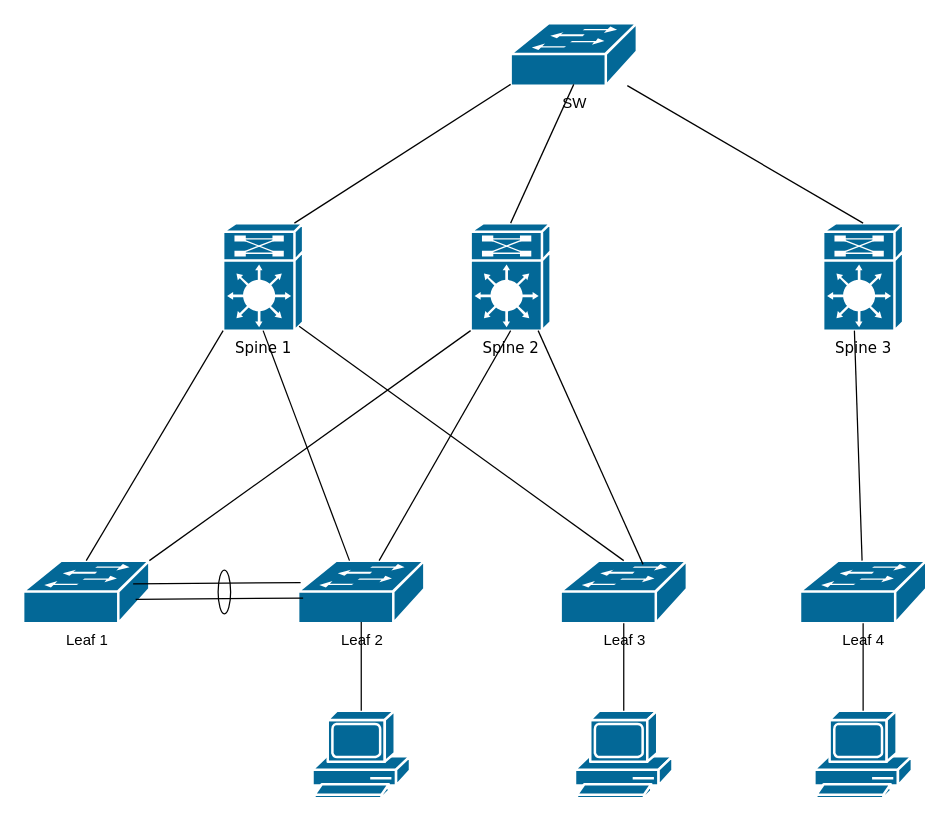
This is HW1/hw1.drawio from parashu-rama/parashu-rama, a draw.io file, before an edit. Source tidied: cells renumbered, new cells numbered last; positions are measured from the earlier drawing's top-left corner, leaving out a move shared by most shapes. Both pictures are drawn from the tidied source at 125%, with x=0, y=0 at pixel (22, 22).
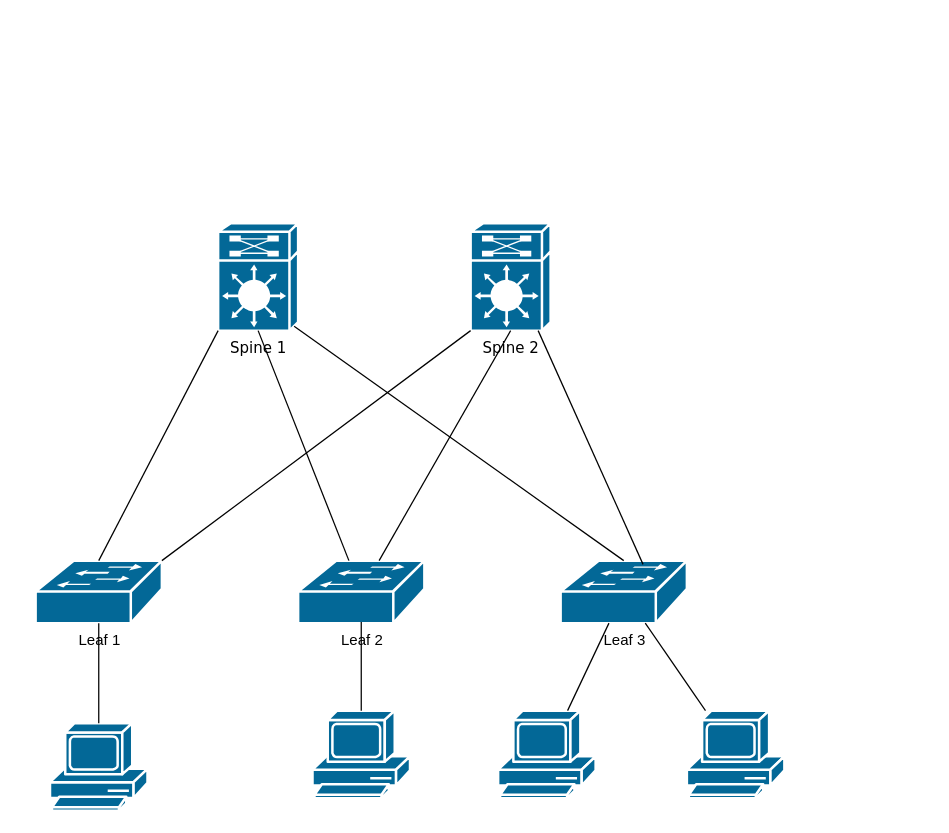
Above is the later version.

Unchanged cells that the change refers to:
```xml
<mxCell id="3" value="Spine 2" style="shape=mxgraph.cisco.misc.route_switch_processor;html=1;dashed=0;fillColor=#036897;strokeColor=#ffffff;strokeWidth=2;verticalLabelPosition=bottom;verticalAlign=top;rounded=0;shadow=0;comic=0;fontFamily=Verdana;fontSize=12;" parent="1" vertex="1">
  <mxGeometry x="358" y="160" width="64" height="86" as="geometry" />
</mxCell>
<mxCell id="7" value="Leaf 3" style="shape=mxgraph.cisco.switches.workgroup_switch;sketch=0;html=1;dashed=0;fillColor=#036897;strokeColor=#ffffff;strokeWidth=2;verticalLabelPosition=bottom;verticalAlign=top;align=center;outlineConnect=0;" parent="1" vertex="1">
  <mxGeometry x="430" y="430" width="101" height="50" as="geometry" />
</mxCell>
```

What changed in the source:
```diff
@@
     <mxCell id="2" value="Spine 1" style="shape=mxgraph.cisco.misc.route_switch_processor;html=1;dashed=0;fillColor=#036897;strokeColor=#ffffff;strokeWidth=2;verticalLabelPosition=bottom;verticalAlign=top;rounded=0;shadow=0;comic=0;fontFamily=Verdana;fontSize=12;" parent="1" vertex="1">
-      <mxGeometry x="160" y="160" width="64" height="86" as="geometry" />
+      <mxGeometry x="156" y="160" width="64" height="86" as="geometry" />
     </mxCell>
@@
-    <mxCell id="4" value="Spine 3" style="shape=mxgraph.cisco.misc.route_switch_processor;html=1;dashed=0;fillColor=#036897;strokeColor=#ffffff;strokeWidth=2;verticalLabelPosition=bottom;verticalAlign=top;rounded=0;shadow=0;comic=0;fontFamily=Verdana;fontSize=12;" parent="1" vertex="1">
-      <mxGeometry x="640" y="160" width="64" height="86" as="geometry" />
-    </mxCell>
     <mxCell id="5" value="Leaf 1" style="shape=mxgraph.cisco.switches.workgroup_switch;sketch=0;html=1;dashed=0;fillColor=#036897;strokeColor=#ffffff;strokeWidth=2;verticalLabelPosition=bottom;verticalAlign=top;align=center;outlineConnect=0;" parent="1" vertex="1">
-      <mxGeometry y="430" width="101" height="50" as="geometry" />
+      <mxGeometry x="10" y="430" width="101" height="50" as="geometry" />
     </mxCell>
@@
-    <mxCell id="8" value="Leaf 4" style="shape=mxgraph.cisco.switches.workgroup_switch;sketch=0;html=1;dashed=0;fillColor=#036897;strokeColor=#ffffff;strokeWidth=2;verticalLabelPosition=bottom;verticalAlign=top;align=center;outlineConnect=0;" parent="1" vertex="1">
-      <mxGeometry x="621.5" y="430" width="101" height="50" as="geometry" />
-    </mxCell>
@@
-    <mxCell id="15" style="endArrow=none;html=1;rounded=0;entryX=0.391;entryY=1;entryDx=0;entryDy=0;entryPerimeter=0;" parent="1" edge="1" source="8" target="4">
-      <mxGeometry relative="1" as="geometry" />
-    </mxCell>
-    <mxCell id="16" value="SW" style="shape=mxgraph.cisco.switches.workgroup_switch;sketch=0;html=1;dashed=0;fillColor=#036897;strokeColor=#ffffff;strokeWidth=2;verticalLabelPosition=bottom;verticalAlign=top;align=center;outlineConnect=0;" parent="1" vertex="1">
-      <mxGeometry x="390" width="101" height="50" as="geometry" />
-    </mxCell>
-    <mxCell id="17" style="endArrow=none;html=1;rounded=0;exitX=0.5;exitY=0;exitDx=0;exitDy=0;exitPerimeter=0;" parent="1" edge="1" source="4" target="16">
-      <mxGeometry relative="1" as="geometry" />
-    </mxCell>
-    <mxCell id="18" style="endArrow=none;html=1;rounded=0;exitX=0.5;exitY=0;exitDx=0;exitDy=0;exitPerimeter=0;entryX=0.5;entryY=0.98;entryDx=0;entryDy=0;entryPerimeter=0;" parent="1" edge="1" source="3" target="16">
-      <mxGeometry relative="1" as="geometry" />
-    </mxCell>
-    <mxCell id="19" style="endArrow=none;html=1;rounded=0;exitX=0.891;exitY=0;exitDx=0;exitDy=0;exitPerimeter=0;entryX=0;entryY=0.98;entryDx=0;entryDy=0;entryPerimeter=0;" parent="1" edge="1" source="2" target="16">
-      <mxGeometry relative="1" as="geometry" />
-    </mxCell>
-    <mxCell id="20" style="endArrow=none;html=1;rounded=0;exitX=-0.031;exitY=0.349;exitDx=0;exitDy=0;exitPerimeter=0;entryX=0.969;entryY=0.36;entryDx=0;entryDy=0;entryPerimeter=0;" parent="1" edge="1">
-      <mxGeometry relative="1" as="geometry">
-        <mxPoint x="222" y="447.5" as="sourcePoint" />
-        <mxPoint x="88" y="448.5" as="targetPoint" />
-      </mxGeometry>
-    </mxCell>
-    <mxCell id="21" style="endArrow=none;html=1;rounded=0;exitX=-0.031;exitY=0.349;exitDx=0;exitDy=0;exitPerimeter=0;entryX=0.969;entryY=0.36;entryDx=0;entryDy=0;entryPerimeter=0;" parent="1" edge="1">
-      <mxGeometry relative="1" as="geometry">
-        <mxPoint x="224" y="460" as="sourcePoint" />
-        <mxPoint x="90" y="461" as="targetPoint" />
-      </mxGeometry>
-    </mxCell>
-    <mxCell id="22" style="ellipse;whiteSpace=wrap;html=1;fillColor=none;" parent="1" vertex="1">
-      <mxGeometry x="156" y="437.5" width="10" height="35" as="geometry" />
-    </mxCell>
@@
-    <mxCell id="24" style="shape=mxgraph.cisco.computers_and_peripherals.pc;sketch=0;html=1;dashed=0;fillColor=#036897;strokeColor=#ffffff;strokeWidth=2;verticalLabelPosition=bottom;verticalAlign=top;align=center;outlineConnect=0;" parent="1" vertex="1">
-      <mxGeometry x="633" y="550" width="78" height="70" as="geometry" />
-    </mxCell>
     <mxCell id="25" style="shape=mxgraph.cisco.computers_and_peripherals.pc;sketch=0;html=1;dashed=0;fillColor=#036897;strokeColor=#ffffff;strokeWidth=2;verticalLabelPosition=bottom;verticalAlign=top;align=center;outlineConnect=0;" parent="1" vertex="1">
-      <mxGeometry x="441.5" y="550" width="78" height="70" as="geometry" />
+      <mxGeometry x="380" y="550" width="78" height="70" as="geometry" />
     </mxCell>
@@
-    <mxCell id="28" style="endArrow=none;html=1;rounded=0;" parent="1" edge="1" source="24" target="8">
-      <mxGeometry relative="1" as="geometry" />
-    </mxCell>
+    <mxCell id="29" style="shape=mxgraph.cisco.computers_and_peripherals.pc;sketch=0;html=1;dashed=0;fillColor=#036897;strokeColor=#ffffff;strokeWidth=2;verticalLabelPosition=bottom;verticalAlign=top;align=center;outlineConnect=0;" parent="1" vertex="1">
+      <mxGeometry x="21.5" y="560" width="78" height="70" as="geometry" />
+    </mxCell>
+    <mxCell id="30" style="endArrow=none;html=1;rounded=0;" parent="1" edge="1" source="29" target="5">
+      <mxGeometry relative="1" as="geometry" />
+    </mxCell>
+    <mxCell id="31" style="shape=mxgraph.cisco.computers_and_peripherals.pc;sketch=0;html=1;dashed=0;fillColor=#036897;strokeColor=#ffffff;strokeWidth=2;verticalLabelPosition=bottom;verticalAlign=top;align=center;outlineConnect=0;" parent="1" vertex="1">
+      <mxGeometry x="531" y="550" width="78" height="70" as="geometry" />
+    </mxCell>
+    <mxCell id="32" style="endArrow=none;html=1;rounded=0;" parent="1" edge="1" source="31" target="7">
+      <mxGeometry relative="1" as="geometry" />
+    </mxCell>
```
